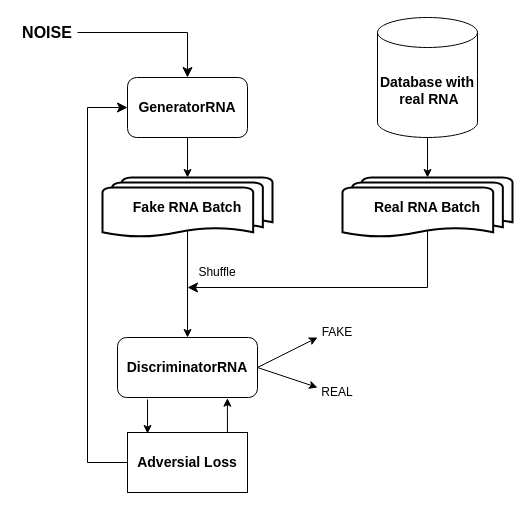
Szczerku/RNA-GANerator keeps this draw.io diagram as Project_schema/project.drawio. Above is the earlier version. Source tidied: cells renumbered, new cells numbered last; positions are measured from the earlier drawing's top-left corner, leaving out a move shared by most shapes. Both pictures are drawn from the tidied source at 100%, with x=0, y=0 at pixel (17, 17).
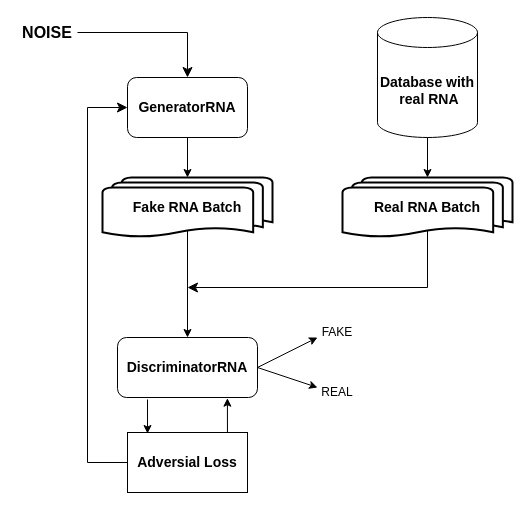
The same diagram, later.

Diff of the diagram source:
```diff
@@
-    <mxCell id="11" value="Shuffle" style="text;html=1;align=center;verticalAlign=middle;whiteSpace=wrap;rounded=0;" parent="1" vertex="1">
-      <mxGeometry x="170" y="240" width="60" height="30" as="geometry" />
-    </mxCell>
```
